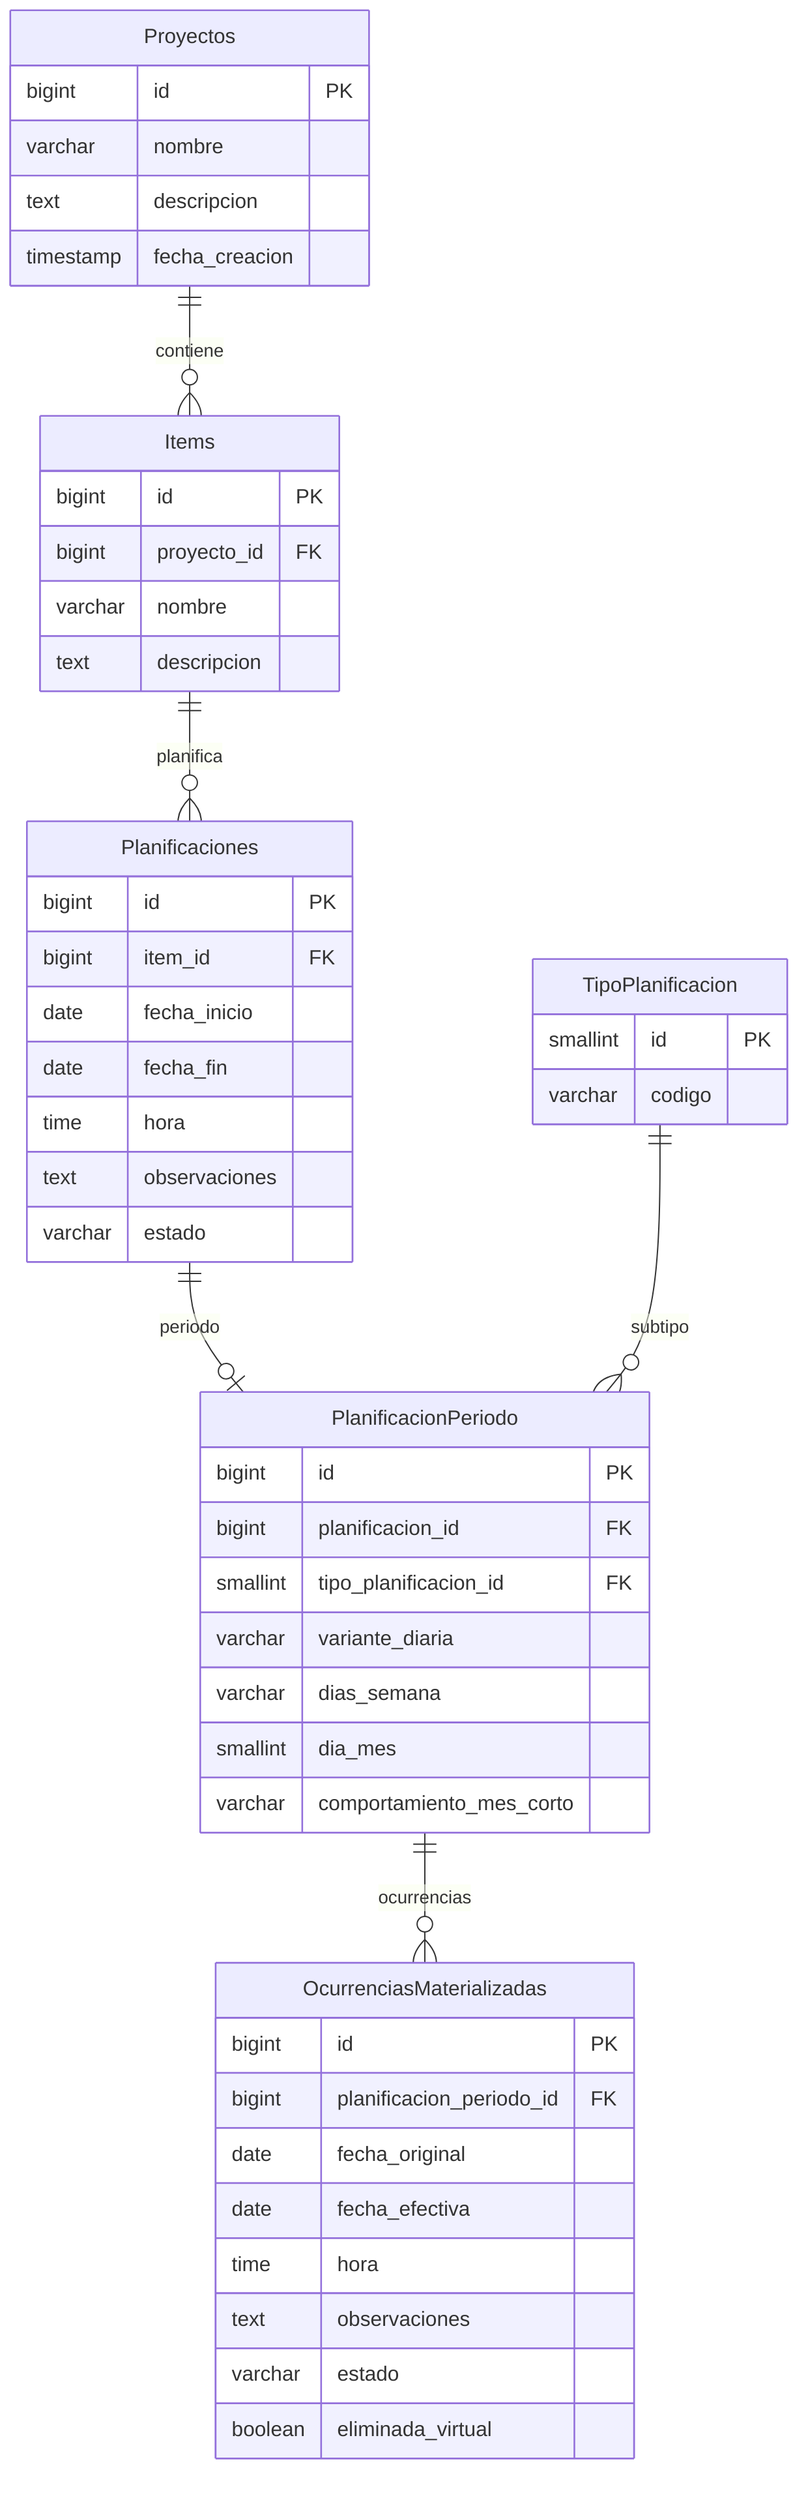
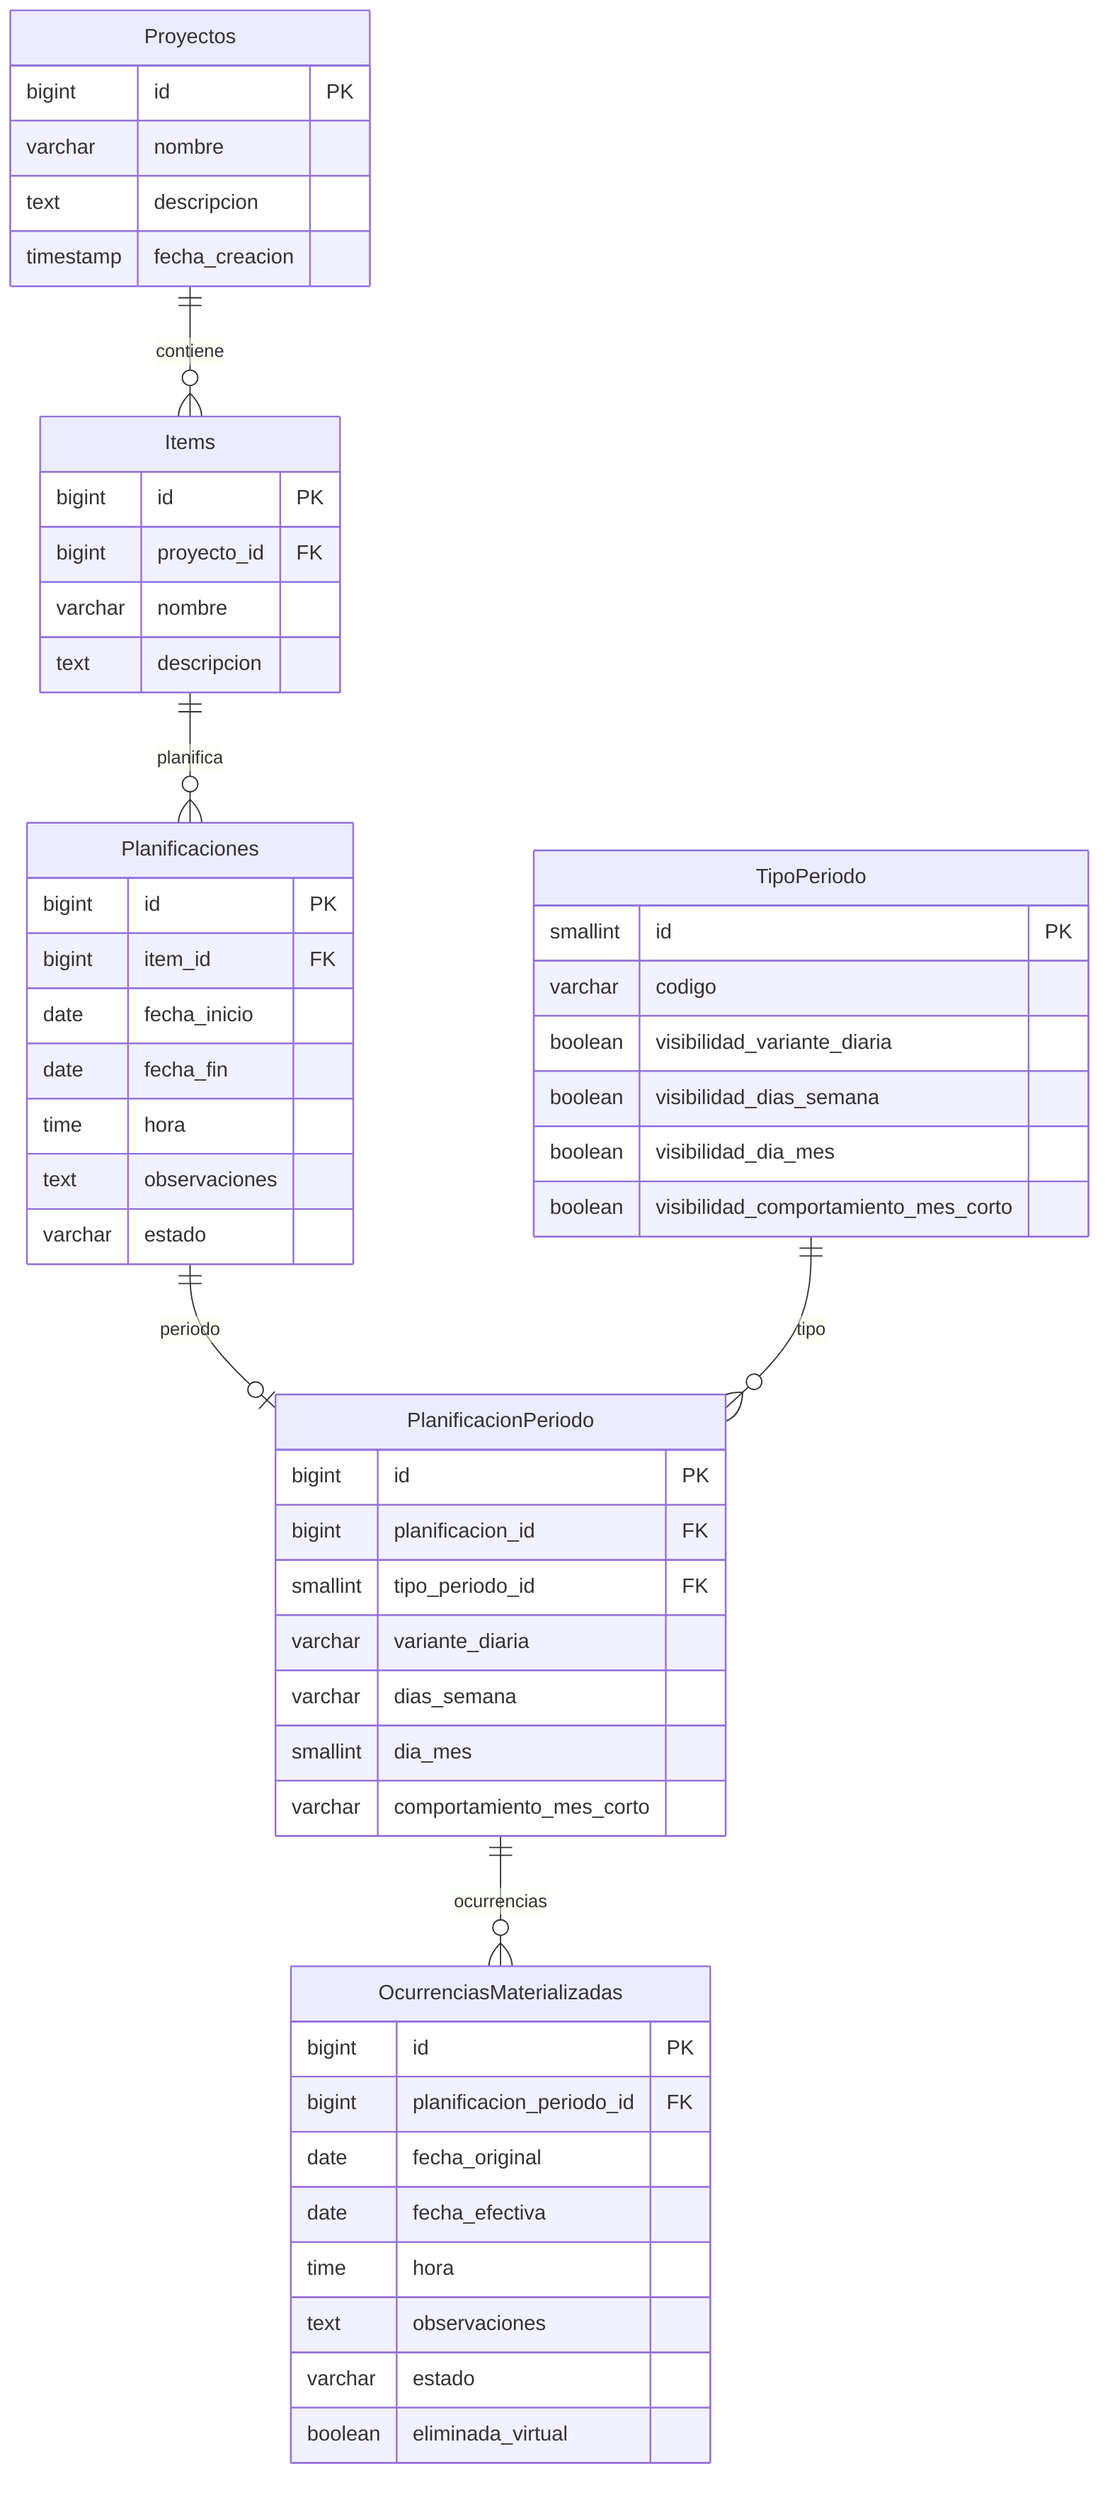
erDiagram
    Proyectos ||--o{ Items : contiene
    Items ||--o{ Planificaciones : planifica

    Planificaciones ||--o| PlanificacionPeriodo : periodo

-     TipoPlanificacion ||--o{ PlanificacionPeriodo : subtipo
+     TipoPeriodo ||--o{ PlanificacionPeriodo : tipo

    PlanificacionPeriodo ||--o{ OcurrenciasMaterializadas : ocurrencias

    Proyectos {
        bigint id PK
        varchar nombre
        text descripcion
        timestamp fecha_creacion
    }

    Items {
        bigint id PK
        bigint proyecto_id FK
        varchar nombre
        text descripcion
    }

    Planificaciones {
        bigint id PK
        bigint item_id FK
        date fecha_inicio
        date fecha_fin
        time hora
        text observaciones
        varchar estado
    }

-     TipoPlanificacion {
+     TipoPeriodo {
        smallint id PK
        varchar codigo
+         boolean visibilidad_variante_diaria
+         boolean visibilidad_dias_semana
+         boolean visibilidad_dia_mes
+         boolean visibilidad_comportamiento_mes_corto
    }

    PlanificacionPeriodo {
        bigint id PK
        bigint planificacion_id FK
-         smallint tipo_planificacion_id FK
+         smallint tipo_periodo_id FK
        varchar variante_diaria
        varchar dias_semana
        smallint dia_mes
        varchar comportamiento_mes_corto
    }

    OcurrenciasMaterializadas {
        bigint id PK
        bigint planificacion_periodo_id FK
        date fecha_original
        date fecha_efectiva
        time hora
        text observaciones
        varchar estado
        boolean eliminada_virtual
    }
